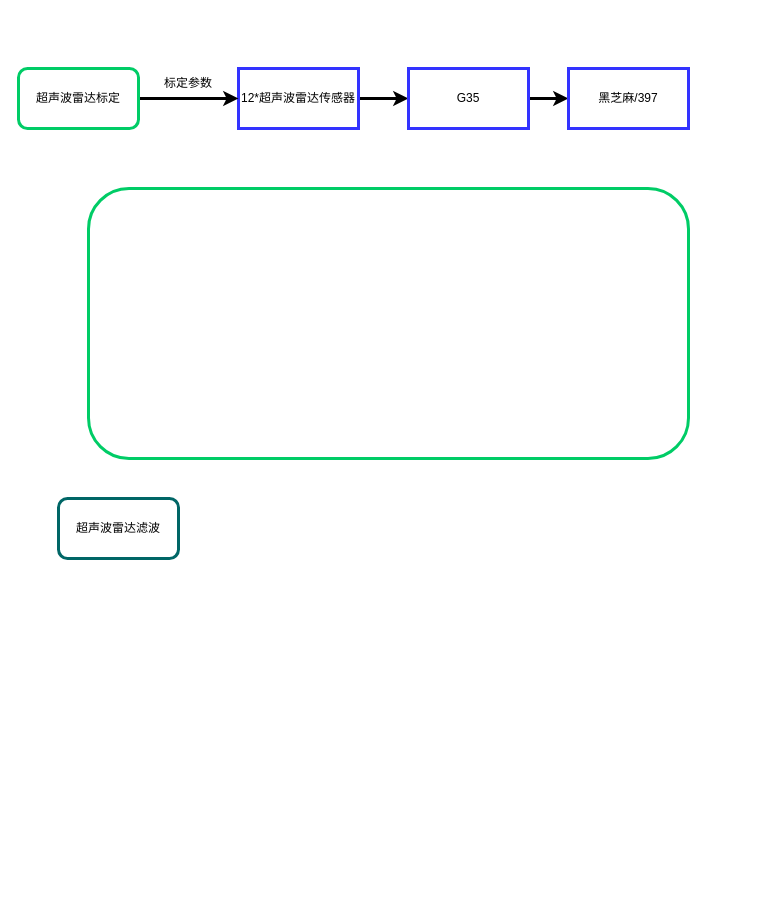
bugquella/diagrams keeps this draw.io diagram as YDU2.0/未命名绘图.drawio. Above is the earlier version. Source tidied: cells renumbered, new cells numbered last; positions are measured from the earlier drawing's top-left corner, leaving out a move shared by most shapes. Both pictures are drawn from the tidied source at 100%, with x=0, y=0 at pixel (18, 68).
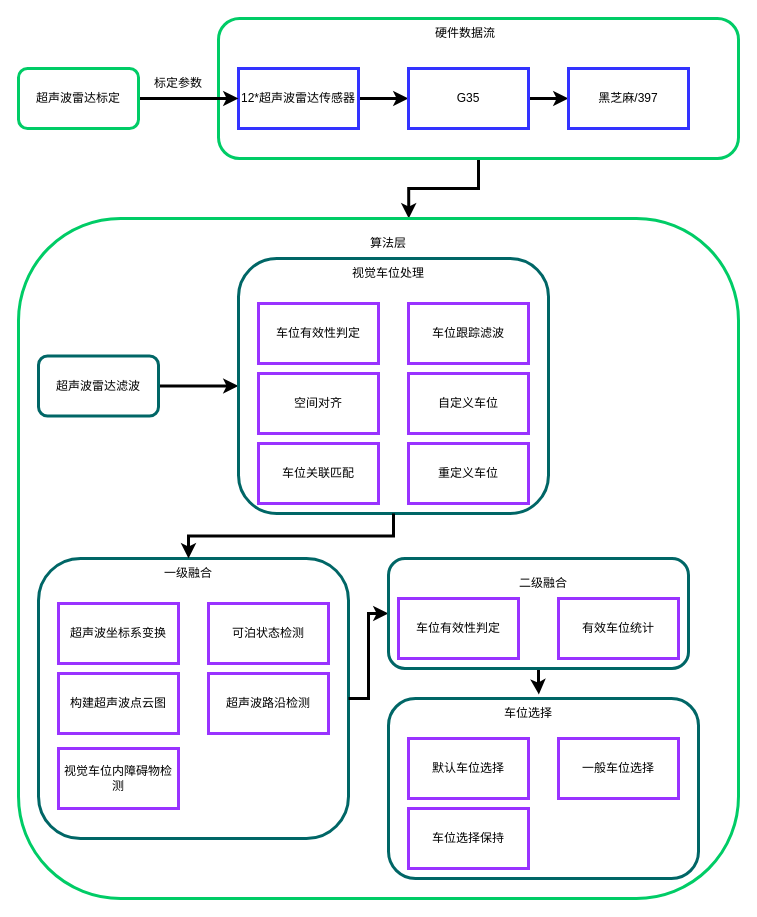
After the change.

Commit message (it also covers changes not shown here):
更新未命名绘图.drawio

Diff of the diagram source:
```diff
@@
+    <mxCell id="12" style="edgeStyle=orthogonalEdgeStyle;rounded=0;jettySize=auto;html=1;strokeWidth=3;entryX=0.542;entryY=0;entryDx=0;entryDy=0;entryPerimeter=0;" parent="1" edge="1" source="13" target="10">
+      <mxGeometry relative="1" as="geometry" />
+    </mxCell>
+    <mxCell id="13" style="rounded=1;whiteSpace=wrap;html=1;strokeColor=#00CC66;strokeWidth=3;" parent="1" vertex="1">
+      <mxGeometry x="200" y="-50" width="520" height="140" as="geometry" />
+    </mxCell>
@@
     <mxCell id="6" value="标定参数" style="text;html=1;strokeColor=none;fillColor=none;align=center;verticalAlign=middle;whiteSpace=wrap;rounded=0;strokeWidth=3;" parent="1" vertex="1">
-      <mxGeometry x="140" width="60" height="30" as="geometry" />
+      <mxGeometry x="130" width="60" height="30" as="geometry" />
     </mxCell>
@@
     <mxCell id="10" style="rounded=1;whiteSpace=wrap;html=1;strokeColor=#00CC66;strokeWidth=3;" parent="1" vertex="1">
-      <mxGeometry x="70" y="120" width="600" height="270" as="geometry" />
+      <mxGeometry y="150" width="720" height="680" as="geometry" />
     </mxCell>
+    <mxCell id="14" style="edgeStyle=orthogonalEdgeStyle;rounded=0;jettySize=auto;html=1;strokeWidth=3;entryX=0;entryY=0.5;entryDx=0;entryDy=0;" parent="1" edge="1" source="11" target="16">
+      <mxGeometry relative="1" as="geometry" />
+    </mxCell>
     <mxCell id="11" value="超声波雷达滤波" style="rounded=1;whiteSpace=wrap;html=1;strokeColor=#006666;strokeWidth=3;" parent="1" vertex="1">
-      <mxGeometry x="40" y="430" width="120" height="60" as="geometry" />
+      <mxGeometry x="20" y="287.5" width="120" height="60" as="geometry" />
     </mxCell>
+    <mxCell id="15" style="group;" parent="1" vertex="1">
+      <mxGeometry x="220" y="190" width="310" height="255" as="geometry" />
+    </mxCell>
+    <mxCell id="16" style="rounded=1;whiteSpace=wrap;html=1;strokeColor=#006666;strokeWidth=3;" parent="15" vertex="1">
+      <mxGeometry width="310" height="255" as="geometry" />
+    </mxCell>
+    <mxCell id="17" value="车位有效性判定" style="rounded=0;whiteSpace=wrap;html=1;strokeColor=#9933FF;strokeWidth=3;" parent="15" vertex="1">
+      <mxGeometry x="20" y="45" width="120" height="60" as="geometry" />
+    </mxCell>
+    <mxCell id="18" value="视觉车位处理" style="text;html=1;strokeColor=none;fillColor=none;align=center;verticalAlign=middle;whiteSpace=wrap;rounded=0;strokeWidth=3;" parent="15" vertex="1">
+      <mxGeometry x="110" width="80" height="30" as="geometry" />
+    </mxCell>
+    <mxCell id="19" value="空间对齐" style="rounded=0;whiteSpace=wrap;html=1;strokeColor=#9933FF;strokeWidth=3;" parent="15" vertex="1">
+      <mxGeometry x="20" y="115" width="120" height="60" as="geometry" />
+    </mxCell>
+    <mxCell id="20" value="车位关联匹配" style="rounded=0;whiteSpace=wrap;html=1;strokeColor=#9933FF;strokeWidth=3;" parent="15" vertex="1">
+      <mxGeometry x="20" y="185" width="120" height="60" as="geometry" />
+    </mxCell>
+    <mxCell id="21" value="车位跟踪滤波" style="rounded=0;whiteSpace=wrap;html=1;strokeColor=#9933FF;strokeWidth=3;" parent="15" vertex="1">
+      <mxGeometry x="170" y="45" width="120" height="60" as="geometry" />
+    </mxCell>
+    <mxCell id="22" value="自定义车位" style="rounded=0;whiteSpace=wrap;html=1;strokeColor=#9933FF;strokeWidth=3;" parent="15" vertex="1">
+      <mxGeometry x="170" y="115" width="120" height="60" as="geometry" />
+    </mxCell>
+    <mxCell id="23" value="重定义车位" style="rounded=0;whiteSpace=wrap;html=1;strokeColor=#9933FF;strokeWidth=3;" parent="15" vertex="1">
+      <mxGeometry x="170" y="185" width="120" height="60" as="geometry" />
+    </mxCell>
+    <mxCell id="24" value="硬件数据流" style="text;html=1;strokeColor=none;fillColor=none;align=center;verticalAlign=middle;whiteSpace=wrap;rounded=0;strokeWidth=3;" parent="1" vertex="1">
+      <mxGeometry x="404" y="-50" width="86" height="30" as="geometry" />
+    </mxCell>
+    <mxCell id="25" style="group;" parent="1" vertex="1">
+      <mxGeometry x="20" y="490" width="310" height="280" as="geometry" />
+    </mxCell>
+    <mxCell id="26" style="rounded=1;whiteSpace=wrap;html=1;strokeColor=#006666;strokeWidth=3;" parent="25" vertex="1">
+      <mxGeometry width="310" height="280" as="geometry" />
+    </mxCell>
+    <mxCell id="27" value="一级融合" style="text;html=1;strokeColor=none;fillColor=none;align=center;verticalAlign=middle;whiteSpace=wrap;rounded=0;strokeWidth=3;" parent="25" vertex="1">
+      <mxGeometry x="110" width="80" height="30" as="geometry" />
+    </mxCell>
+    <mxCell id="28" value="超声波坐标系变换" style="rounded=0;whiteSpace=wrap;html=1;strokeColor=#9933FF;strokeWidth=3;" parent="25" vertex="1">
+      <mxGeometry x="20" y="45" width="120" height="60" as="geometry" />
+    </mxCell>
+    <mxCell id="29" value="构建超声波点云图" style="rounded=0;whiteSpace=wrap;html=1;strokeColor=#9933FF;strokeWidth=3;" parent="25" vertex="1">
+      <mxGeometry x="20" y="115" width="120" height="60" as="geometry" />
+    </mxCell>
+    <mxCell id="30" value="视觉车位内障碍物检测" style="rounded=0;whiteSpace=wrap;html=1;strokeColor=#9933FF;strokeWidth=3;" parent="25" vertex="1">
+      <mxGeometry x="20" y="190" width="120" height="60" as="geometry" />
+    </mxCell>
+    <mxCell id="31" value="可泊状态检测" style="rounded=0;whiteSpace=wrap;html=1;strokeColor=#9933FF;strokeWidth=3;" parent="25" vertex="1">
+      <mxGeometry x="170" y="45" width="120" height="60" as="geometry" />
+    </mxCell>
+    <mxCell id="32" value="超声波路沿检测" style="rounded=0;whiteSpace=wrap;html=1;strokeColor=#9933FF;strokeWidth=3;" parent="25" vertex="1">
+      <mxGeometry x="170" y="115" width="120" height="60" as="geometry" />
+    </mxCell>
+    <mxCell id="33" style="group;" parent="1" vertex="1">
+      <mxGeometry x="370" y="630" width="310" height="180" as="geometry" />
+    </mxCell>
+    <mxCell id="34" style="rounded=1;whiteSpace=wrap;html=1;strokeColor=#006666;strokeWidth=3;" parent="33" vertex="1">
+      <mxGeometry width="310" height="180" as="geometry" />
+    </mxCell>
+    <mxCell id="35" value="默认车位选择" style="rounded=0;whiteSpace=wrap;html=1;strokeColor=#9933FF;strokeWidth=3;" parent="33" vertex="1">
+      <mxGeometry x="20" y="40" width="120" height="60" as="geometry" />
+    </mxCell>
+    <mxCell id="36" value="车位选择" style="text;html=1;strokeColor=none;fillColor=none;align=center;verticalAlign=middle;whiteSpace=wrap;rounded=0;strokeWidth=3;" parent="33" vertex="1">
+      <mxGeometry x="100" width="80" height="30" as="geometry" />
+    </mxCell>
+    <mxCell id="37" value="一般车位选择" style="rounded=0;whiteSpace=wrap;html=1;strokeColor=#9933FF;strokeWidth=3;" parent="33" vertex="1">
+      <mxGeometry x="170" y="40" width="120" height="60" as="geometry" />
+    </mxCell>
+    <mxCell id="38" value="车位选择保持" style="rounded=0;whiteSpace=wrap;html=1;strokeColor=#9933FF;strokeWidth=3;" parent="33" vertex="1">
+      <mxGeometry x="20" y="110" width="120" height="60" as="geometry" />
+    </mxCell>
+    <mxCell id="39" value="算法层" style="text;html=1;strokeColor=none;fillColor=none;align=center;verticalAlign=middle;whiteSpace=wrap;rounded=0;strokeWidth=3;" parent="1" vertex="1">
+      <mxGeometry x="340" y="160" width="60" height="30" as="geometry" />
+    </mxCell>
+    <mxCell id="40" style="edgeStyle=orthogonalEdgeStyle;rounded=0;jettySize=auto;html=1;entryX=0.5;entryY=0;entryDx=0;entryDy=0;strokeWidth=3;exitX=0.5;exitY=1;exitDx=0;exitDy=0;" parent="1" edge="1" source="16" target="27">
+      <mxGeometry relative="1" as="geometry" />
+    </mxCell>
+    <mxCell id="41" style="edgeStyle=orthogonalEdgeStyle;rounded=0;jettySize=auto;html=1;entryX=0;entryY=0.5;entryDx=0;entryDy=0;strokeWidth=3;" parent="1" edge="1" source="26" target="43">
+      <mxGeometry relative="1" as="geometry" />
+    </mxCell>
+    <mxCell id="42" style="edgeStyle=orthogonalEdgeStyle;rounded=0;jettySize=auto;html=1;strokeWidth=3;entryX=0.629;entryY=-0.135;entryDx=0;entryDy=0;entryPerimeter=0;" parent="1" edge="1" source="43" target="36">
+      <mxGeometry relative="1" as="geometry" />
+    </mxCell>
+    <mxCell id="43" style="rounded=1;whiteSpace=wrap;html=1;strokeColor=#006666;strokeWidth=3;" parent="1" vertex="1">
+      <mxGeometry x="370" y="490" width="300" height="110" as="geometry" />
+    </mxCell>
+    <mxCell id="44" value="二级融合" style="text;html=1;strokeColor=none;fillColor=none;align=center;verticalAlign=middle;whiteSpace=wrap;rounded=0;strokeWidth=3;" parent="1" vertex="1">
+      <mxGeometry x="485" y="500" width="80" height="30" as="geometry" />
+    </mxCell>
+    <mxCell id="45" value="车位有效性判定" style="rounded=0;whiteSpace=wrap;html=1;strokeColor=#9933FF;strokeWidth=3;" parent="1" vertex="1">
+      <mxGeometry x="380" y="530" width="120" height="60" as="geometry" />
+    </mxCell>
+    <mxCell id="46" value="有效车位统计" style="rounded=0;whiteSpace=wrap;html=1;strokeColor=#9933FF;strokeWidth=3;" parent="1" vertex="1">
+      <mxGeometry x="540" y="530" width="120" height="60" as="geometry" />
+    </mxCell>
```
